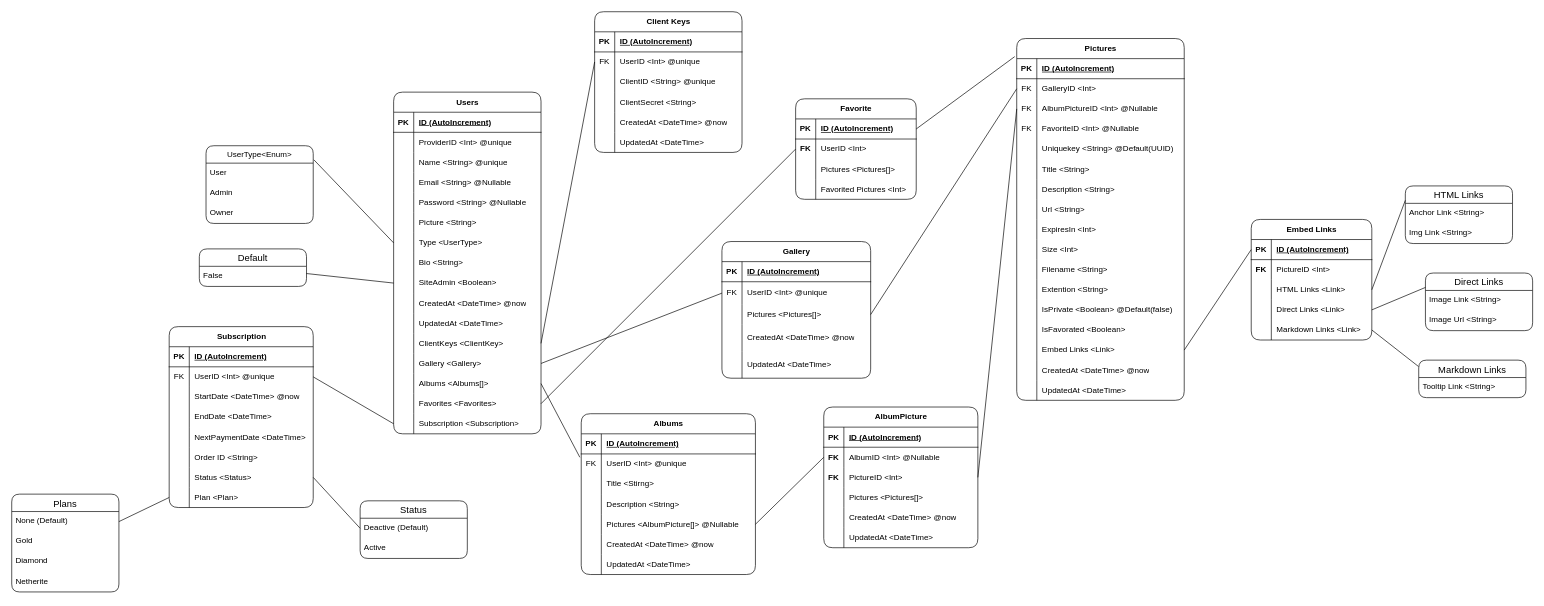
This is project/models/Pixelarium.drawio from Novanaa/Pixelarium, a draw.io file, before an edit. Source tidied: cells renumbered, new cells numbered last; positions are measured from the earlier drawing's top-left corner, leaving out a move shared by most shapes. Both pictures are drawn from the tidied source at 67%, with x=0, y=0 at pixel (11, 11).
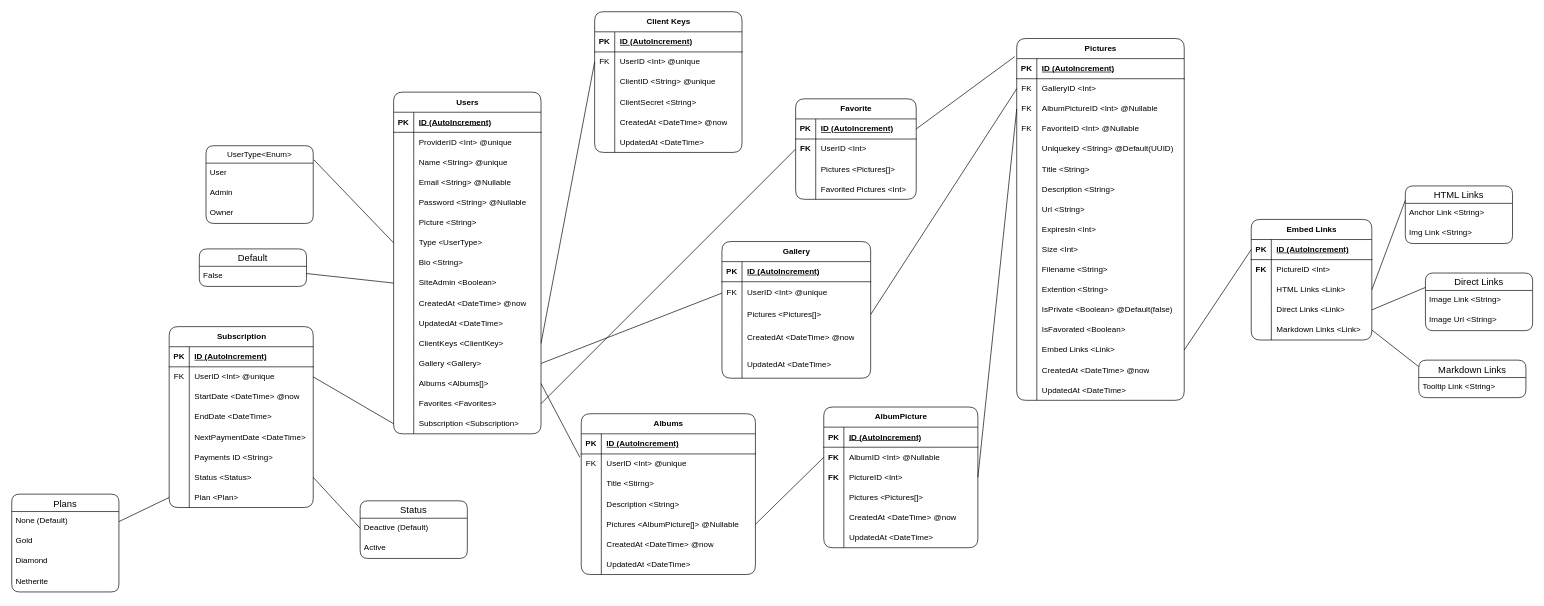
The same page after the edit.

Commit message (it also covers changes not shown here):
Changed/Updated order_id field name

The change refers to these unchanged cells:
```xml
<mxCell id="188" style="shape=tableRow;horizontal=0;startSize=0;swimlaneHead=0;swimlaneBody=0;fillColor=none;top=0;left=0;right=0;bottom=0;" parent="172" vertex="1">
  <mxGeometry y="180" width="215" height="30" as="geometry" />
</mxCell>
```

Diff of the diagram source:
```diff
@@
-    <mxCell id="190" value="Order ID &amp;lt;String&amp;gt;" style="shape=partialRectangle;fillColor=none;top=0;left=0;bottom=0;right=0;align=left;spacingLeft=6;overflow=hidden;whiteSpace=wrap;html=1;" parent="188" vertex="1">
+    <mxCell id="190" value="Payments ID &amp;lt;String&amp;gt;" style="shape=partialRectangle;fillColor=none;top=0;left=0;bottom=0;right=0;align=left;spacingLeft=6;overflow=hidden;whiteSpace=wrap;html=1;" parent="188" vertex="1">
       <mxGeometry x="30" width="185" height="30" as="geometry" />
     </mxCell>
```
